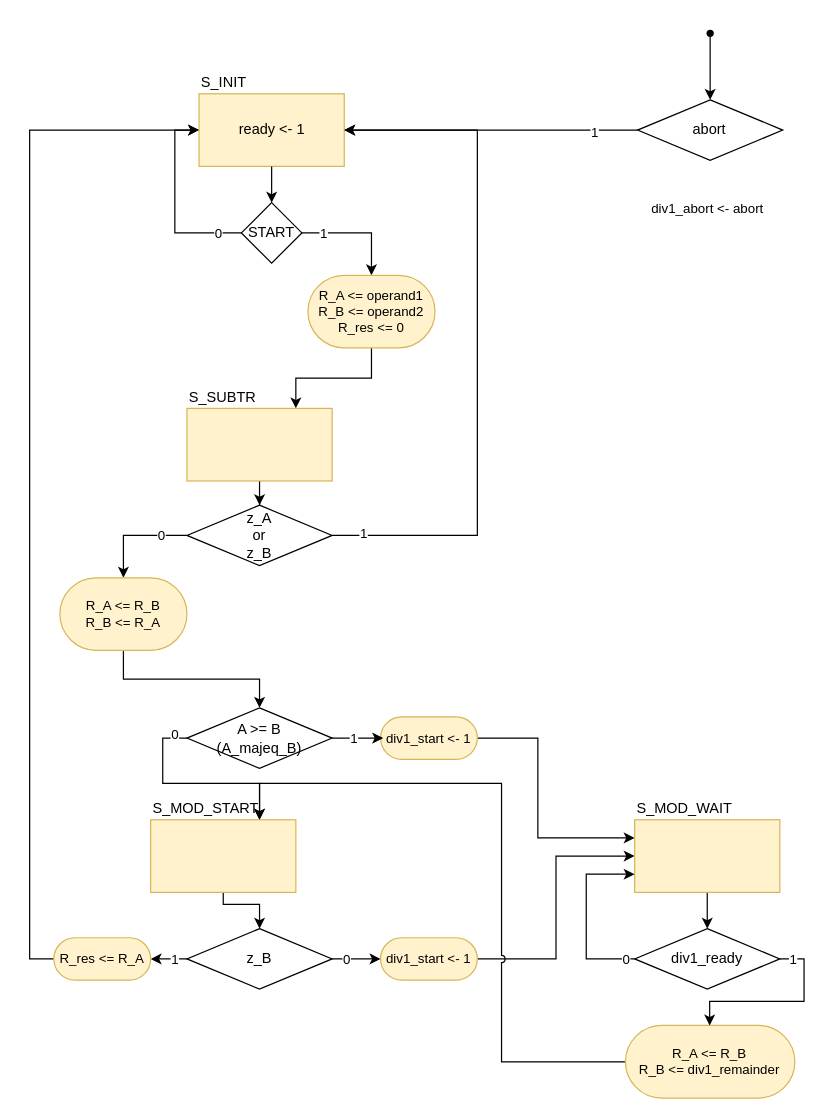
Before: page "mcd_ctrl" (6 of 7) of ASMcharts/ASM.drawio in DavidTrevisan/calcolatori_elettronici_2025, a draw.io diagram. Source tidied: cells renumbered, new cells numbered last; positions are measured from the earlier drawing's top-left corner, leaving out a move shared by most shapes. Both pictures are drawn from the tidied source at 121%, with x=0, y=0 at pixel (29, 21).
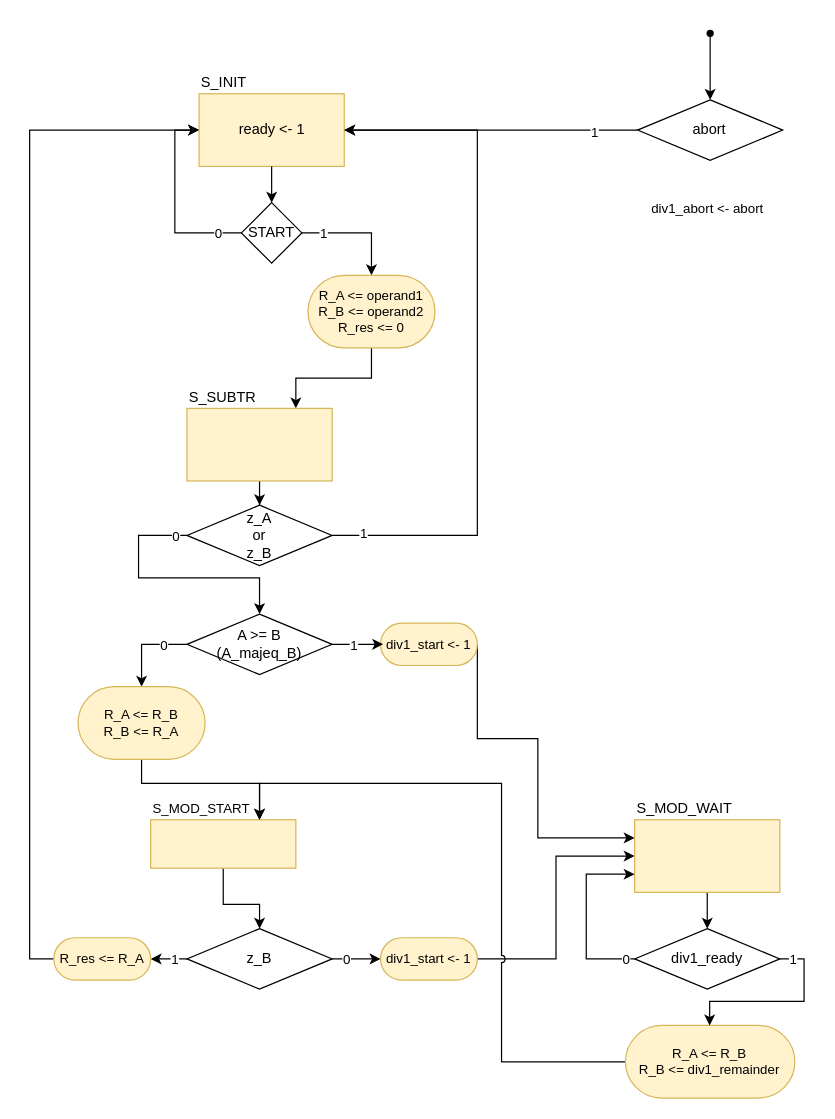
Above is the later version.

Commit message:
[ASM-mcd] Fix ctrl unit

Unchanged cells that the change refers to:
```xml
<mxCell id="19" value="z_A &lt;br&gt;or &lt;br&gt;z_B" style="rhombus;whiteSpace=wrap;html=1;" parent="1" vertex="1">
  <mxGeometry x="130" y="400" width="120" height="50" as="geometry" />
</mxCell>
```

Change to the diagram source:
```diff
@@
-    <mxCell id="15" style="edgeStyle=orthogonalEdgeStyle;rounded=0;jettySize=auto;html=1;entryX=0.5;entryY=0;entryDx=0;entryDy=0;exitX=0;exitY=0.5;exitDx=0;exitDy=0;" parent="1" edge="1" source="19" target="21">
-      <mxGeometry relative="1" as="geometry" />
+    <mxCell id="15" style="edgeStyle=orthogonalEdgeStyle;rounded=0;jettySize=auto;html=1;entryX=0.5;entryY=0;entryDx=0;entryDy=0;exitX=0;exitY=0.5;exitDx=0;exitDy=0;" parent="1" edge="1" source="19" target="24">
+      <mxGeometry relative="1" as="geometry">
+        <Array as="points">
+          <mxPoint x="90" y="425" />
+          <mxPoint x="90" y="460" />
+          <mxPoint x="190" y="460" />
+        </Array>
+      </mxGeometry>
     </mxCell>
     <mxCell id="16" value="0" style="edgeLabel;html=1;align=center;verticalAlign=middle;" parent="15" vertex="1">
-      <mxGeometry x="-0.49" y="-1" relative="1" as="geometry" />
+      <mxGeometry x="-0.49" y="-1" relative="1" as="geometry">
+        <mxPoint x="31" y="-12" as="offset" />
+      </mxGeometry>
     </mxCell>
@@
-    <mxCell id="20" style="edgeStyle=orthogonalEdgeStyle;rounded=0;jettySize=auto;html=1;" parent="1" edge="1" source="21" target="24">
-      <mxGeometry relative="1" as="geometry" />
-    </mxCell>
-    <mxCell id="21" value="&lt;div&gt;R_A &amp;lt;= R_B&lt;/div&gt;&lt;div&gt;R_B &amp;lt;= R_A&lt;/div&gt;" style="rounded=1;whiteSpace=wrap;html=1;fontFamily=Helvetica;fontSize=11;labelBackgroundColor=none;fillColor=#fff2cc;strokeColor=#d6b656;arcSize=50;" parent="1" vertex="1">
-      <mxGeometry x="25" y="460" width="105" height="60" as="geometry" />
-    </mxCell>
-    <mxCell id="22" style="edgeStyle=orthogonalEdgeStyle;rounded=0;jettySize=auto;html=1;entryX=0.75;entryY=0;entryDx=0;entryDy=0;exitX=0;exitY=0.5;exitDx=0;exitDy=0;" parent="1" edge="1" source="24" target="26">
+    <mxCell id="22" style="edgeStyle=orthogonalEdgeStyle;rounded=0;jettySize=auto;html=1;exitX=0;exitY=0.5;exitDx=0;exitDy=0;entryX=0.5;entryY=0;entryDx=0;entryDy=0;" parent="1" edge="1" source="24" target="21">
       <mxGeometry relative="1" as="geometry">
         <Array as="points">
-          <mxPoint x="110" y="593" />
-          <mxPoint x="110" y="630" />
-          <mxPoint x="190" y="630" />
+          <mxPoint x="93" y="515" />
         </Array>
       </mxGeometry>
     </mxCell>
     <mxCell id="23" value="0" style="edgeLabel;html=1;align=center;verticalAlign=middle;" parent="22" vertex="1">
-      <mxGeometry x="-0.87" y="-3" relative="1" as="geometry" />
+      <mxGeometry x="-0.87" y="-3" relative="1" as="geometry">
+        <mxPoint x="-15" y="3" as="offset" />
+      </mxGeometry>
     </mxCell>
     <mxCell id="24" value="A &amp;gt;= B&lt;br&gt;(A_majeq_B)" style="rhombus;whiteSpace=wrap;html=1;" parent="1" vertex="1">
-      <mxGeometry x="130" y="567.5" width="120" height="50" as="geometry" />
+      <mxGeometry x="130" y="490" width="120" height="50" as="geometry" />
     </mxCell>
@@
-    <mxCell id="26" value="S_MOD_START" style="rounded=0;whiteSpace=wrap;html=1;verticalAlign=bottom;labelPosition=center;verticalLabelPosition=top;align=left;fillColor=#fff2cc;strokeColor=#d6b656;" parent="1" vertex="1">
-      <mxGeometry x="100" y="660" width="120" height="60" as="geometry" />
+    <mxCell id="26" value="S_MOD_START" style="rounded=0;whiteSpace=wrap;html=1;verticalAlign=bottom;labelPosition=center;verticalLabelPosition=top;align=left;fillColor=#fff2cc;strokeColor=#d6b656;fontSize=11;" parent="1" vertex="1">
+      <mxGeometry x="100" y="660" width="120" height="40" as="geometry" />
     </mxCell>
@@
     <mxCell id="28" value="div1_start &amp;lt;- 1" style="rounded=1;whiteSpace=wrap;html=1;fontFamily=Helvetica;fontSize=11;labelBackgroundColor=none;fillColor=#fff2cc;strokeColor=#d6b656;arcSize=50;" parent="1" vertex="1">
-      <mxGeometry x="290" y="575" width="80" height="35" as="geometry" />
+      <mxGeometry x="290" y="497.5" width="80" height="35" as="geometry" />
     </mxCell>
@@
+    <mxCell id="54" style="edgeStyle=orthogonalEdgeStyle;rounded=0;jettySize=auto;html=1;entryX=0.75;entryY=0;entryDx=0;entryDy=0;" parent="1" edge="1" source="21" target="26">
+      <mxGeometry relative="1" as="geometry">
+        <Array as="points">
+          <mxPoint x="93" y="630" />
+          <mxPoint x="190" y="630" />
+        </Array>
+      </mxGeometry>
+    </mxCell>
+    <mxCell id="21" value="&lt;div&gt;R_A &amp;lt;= R_B&lt;/div&gt;&lt;div&gt;R_B &amp;lt;= R_A&lt;/div&gt;" style="rounded=1;whiteSpace=wrap;html=1;fontFamily=Helvetica;fontSize=11;labelBackgroundColor=none;fillColor=#fff2cc;strokeColor=#d6b656;arcSize=50;" parent="1" vertex="1">
+      <mxGeometry x="40" y="550" width="105" height="60" as="geometry" />
+    </mxCell>
```
